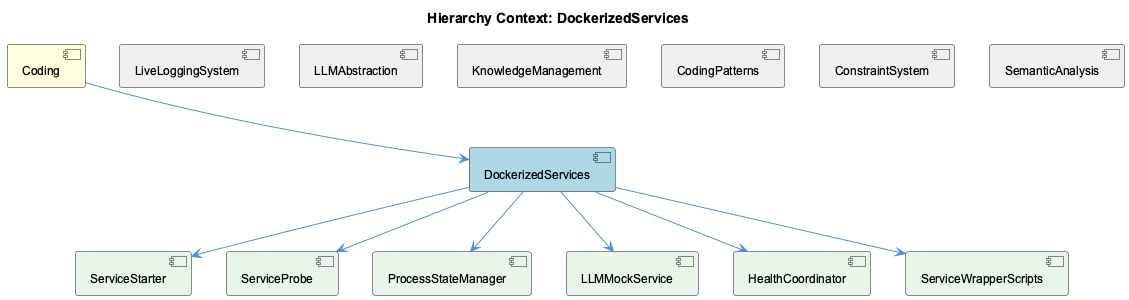
The PlantUML diagram knowledge-management/insights/images/dockerized-services-relationship.png in fwornle/coding, before a commit. Its diagram source:
```plantuml
@startuml
!include _standard-style.puml

title Hierarchy Context: DockerizedServices

[Coding] as coding #FFFFDD
[DockerizedServices] as dockerized_services #LightBlue
[LiveLoggingSystem] as live_logging_system #F0F0F0
[LLMAbstraction] as llmabstraction #F0F0F0
[KnowledgeManagement] as knowledge_management #F0F0F0
[CodingPatterns] as coding_patterns #F0F0F0
[ConstraintSystem] as constraint_system #F0F0F0
[SemanticAnalysis] as semantic_analysis #F0F0F0
[ServiceStarter] as service_starter #E8F5E8
[ServiceProbe] as service_probe #E8F5E8
[ProcessStateManager] as process_state_manager #E8F5E8
[LLMMockService] as llmmock_service #E8F5E8
[HealthCoordinator] as health_coordinator #E8F5E8
[ServiceWrapperScripts] as service_wrapper_scripts #E8F5E8

coding --> dockerized_services
live_logging_system -[hidden]- dockerized_services
llmabstraction -[hidden]- dockerized_services
knowledge_management -[hidden]- dockerized_services
coding_patterns -[hidden]- dockerized_services
constraint_system -[hidden]- dockerized_services
semantic_analysis -[hidden]- dockerized_services
dockerized_services --> service_starter
dockerized_services --> service_probe
dockerized_services --> process_state_manager
dockerized_services --> llmmock_service
dockerized_services --> health_coordinator
dockerized_services --> service_wrapper_scripts

@enduml
```
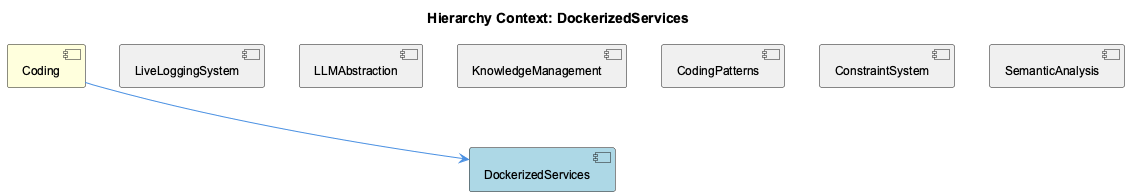
Above is the later version.

The edit, as a diff of the source:
```diff
@@ -11,12 +11,6 @@
 [CodingPatterns] as coding_patterns #F0F0F0
 [ConstraintSystem] as constraint_system #F0F0F0
 [SemanticAnalysis] as semantic_analysis #F0F0F0
-[ServiceStarter] as service_starter #E8F5E8
-[ServiceProbe] as service_probe #E8F5E8
-[ProcessStateManager] as process_state_manager #E8F5E8
-[LLMMockService] as llmmock_service #E8F5E8
-[HealthCoordinator] as health_coordinator #E8F5E8
-[ServiceWrapperScripts] as service_wrapper_scripts #E8F5E8
 
 coding --> dockerized_services
 live_logging_system -[hidden]- dockerized_services
@@ -25,11 +19,5 @@
 coding_patterns -[hidden]- dockerized_services
 constraint_system -[hidden]- dockerized_services
 semantic_analysis -[hidden]- dockerized_services
-dockerized_services --> service_starter
-dockerized_services --> service_probe
-dockerized_services --> process_state_manager
-dockerized_services --> llmmock_service
-dockerized_services --> health_coordinator
-dockerized_services --> service_wrapper_scripts
 
 @enduml
```
